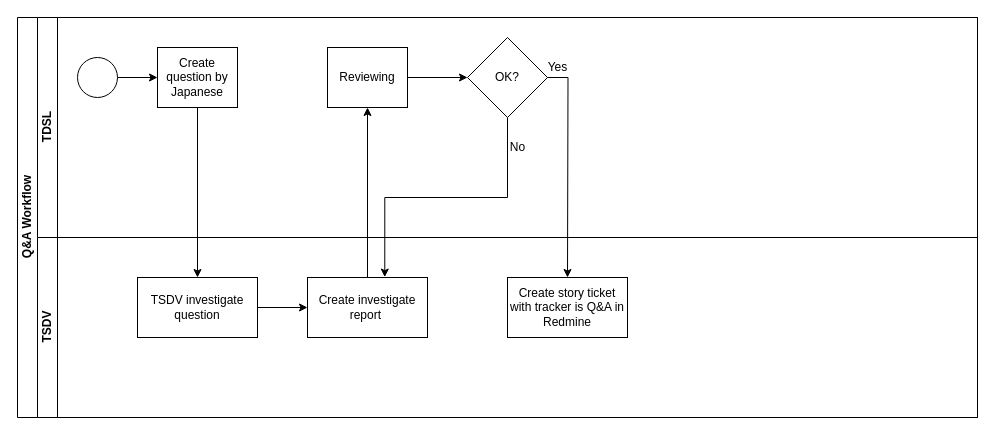
Before: Untitled Diagram.drawio in hueanmy/30-days-of-vue, a draw.io diagram. Source tidied: cells renumbered, new cells numbered last; positions are measured from the earlier drawing's top-left corner, leaving out a move shared by most shapes. Both pictures are drawn from the tidied source at 100%, with x=0, y=0 at pixel (17, 17).
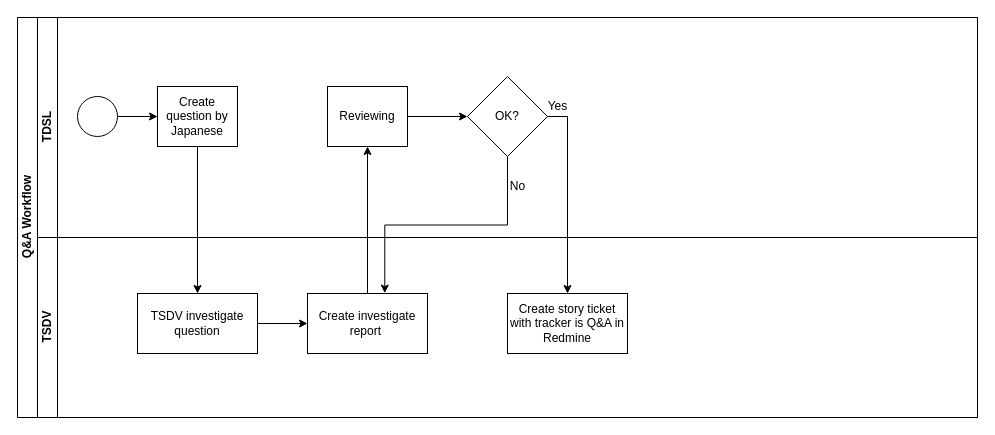
The same page after the edit.

The change refers to these unchanged cells:
```xml
<mxCell id="2" value="Q&amp;amp;A Workflow" style="swimlane;html=1;horizontal=0;startSize=20;" parent="1" vertex="1">
  <mxGeometry width="960" height="400" as="geometry" />
</mxCell>
<mxCell id="3" value="TDSL" style="swimlane;html=1;startSize=20;horizontal=0;" parent="2" vertex="1">
  <mxGeometry x="20" width="940" height="220" as="geometry" />
</mxCell>
<mxCell id="11" value="TSDV" style="swimlane;html=1;startSize=20;horizontal=0;" parent="2" vertex="1">
  <mxGeometry x="20" y="220" width="940" height="180" as="geometry" />
</mxCell>
```

Diff of the diagram source:
```diff
@@
     <mxCell id="5" style="ellipse;whiteSpace=wrap;html=1;" parent="3" vertex="1">
-      <mxGeometry x="40" y="40" width="40" height="40" as="geometry" />
+      <mxGeometry x="40" y="79" width="40" height="40" as="geometry" />
     </mxCell>
     <mxCell id="6" value="Create question by Japanese" style="rounded=0;whiteSpace=wrap;html=1;fontFamily=Helvetica;fontSize=12;fontColor=#000000;align=center;" parent="3" vertex="1">
-      <mxGeometry x="120" y="30" width="80" height="60" as="geometry" />
+      <mxGeometry x="120" y="69" width="80" height="60" as="geometry" />
     </mxCell>
     <mxCell id="7" value="Reviewing" style="rounded=0;whiteSpace=wrap;html=1;fontFamily=Helvetica;fontSize=12;fontColor=#000000;align=center;" parent="3" vertex="1">
-      <mxGeometry x="290" y="30" width="80" height="60" as="geometry" />
+      <mxGeometry x="290" y="69" width="80" height="60" as="geometry" />
     </mxCell>
     <mxCell id="8" value="OK?" style="rhombus;whiteSpace=wrap;html=1;" parent="3" vertex="1">
-      <mxGeometry x="430" y="20" width="80" height="80" as="geometry" />
+      <mxGeometry x="430" y="59" width="80" height="80" as="geometry" />
     </mxCell>
@@
     <mxCell id="10" value="Yes" style="text;html=1;align=center;verticalAlign=middle;" parent="3" vertex="1">
-      <mxGeometry x="500" y="40" width="40" height="20" as="geometry" />
+      <mxGeometry x="500" y="79" width="40" height="20" as="geometry" />
     </mxCell>
@@
     <mxCell id="13" value="TSDV investigate question" style="rounded=0;whiteSpace=wrap;html=1;" parent="11" vertex="1">
-      <mxGeometry x="100" y="40" width="120" height="60" as="geometry" />
+      <mxGeometry x="100" y="56" width="120" height="60" as="geometry" />
     </mxCell>
     <mxCell id="14" value="Create investigate report&amp;nbsp;" style="rounded=0;whiteSpace=wrap;html=1;" parent="11" vertex="1">
-      <mxGeometry x="270" y="40" width="120" height="60" as="geometry" />
+      <mxGeometry x="270" y="56" width="120" height="60" as="geometry" />
     </mxCell>
     <mxCell id="15" value="Create story ticket with tracker is Q&amp;amp;A in Redmine" style="rounded=0;whiteSpace=wrap;html=1;" parent="11" vertex="1">
-      <mxGeometry x="470" y="40" width="120" height="60" as="geometry" />
+      <mxGeometry x="470" y="56" width="120" height="60" as="geometry" />
     </mxCell>
@@
-    <mxCell id="19" style="edgeStyle=orthogonalEdgeStyle;rounded=0;jettySize=auto;html=1;exitX=1;exitY=0.5;exitDx=0;exitDy=0;" parent="1" edge="1" source="8">
-      <mxGeometry relative="1" as="geometry">
-        <mxPoint x="550" y="260" as="targetPoint" />
-      </mxGeometry>
+    <mxCell id="19" style="edgeStyle=orthogonalEdgeStyle;rounded=0;jettySize=auto;html=1;exitX=1;exitY=0.5;exitDx=0;exitDy=0;entryX=0.5;entryY=0;entryDx=0;entryDy=0;" parent="2" edge="1" source="8" target="15">
+      <mxGeometry relative="1" as="geometry" />
     </mxCell>
     <mxCell id="20" value="No" style="text;html=1;align=center;verticalAlign=middle;" parent="1" vertex="1">
-      <mxGeometry x="485" y="120" width="30" height="20" as="geometry" />
+      <mxGeometry x="485" y="159" width="30" height="20" as="geometry" />
     </mxCell>
```
